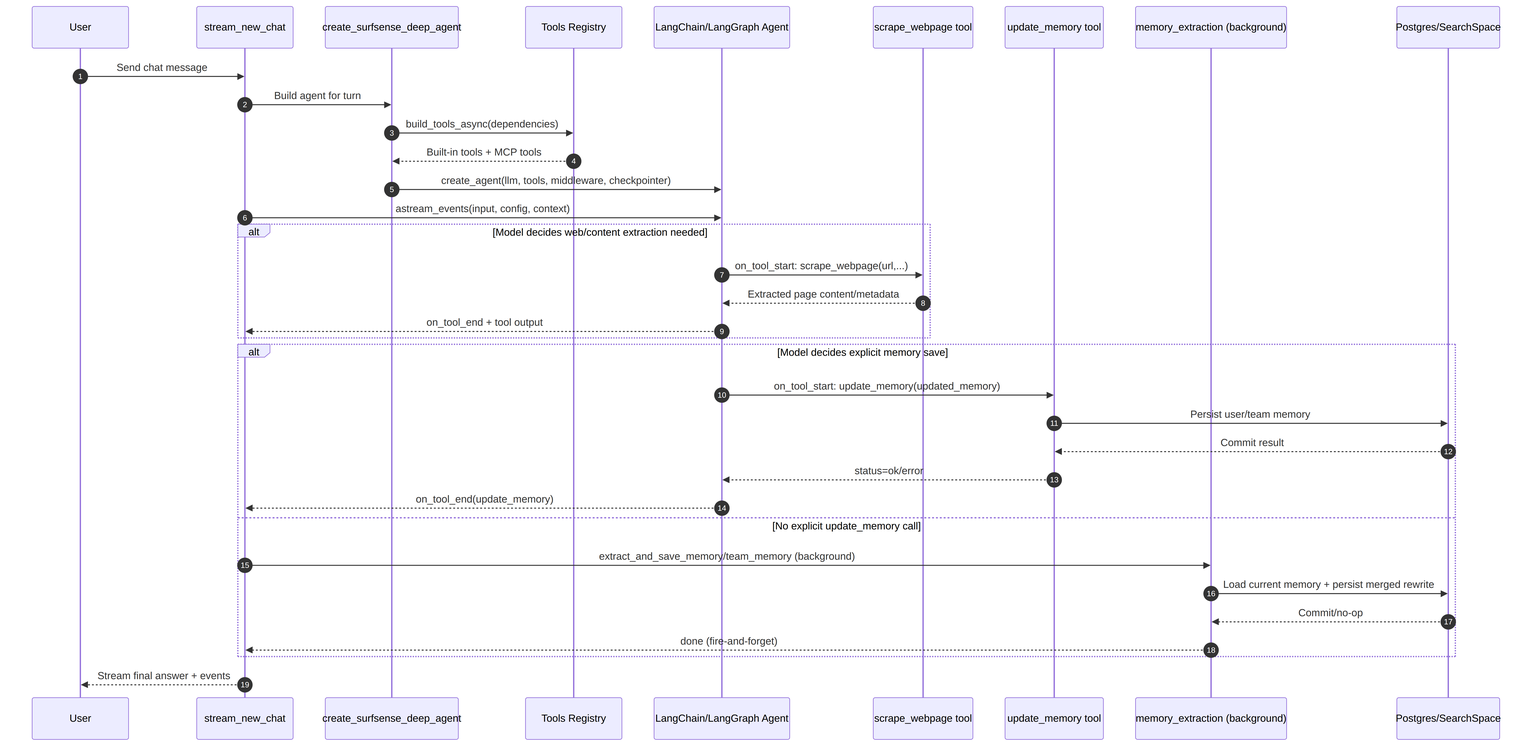
Before: diagrams/extraction_orchestration.png, a diagram exported from Mermaid (cyberyu/DocumentAI). Its source is kept beside it as diagrams/extraction_orchestration.mmd.
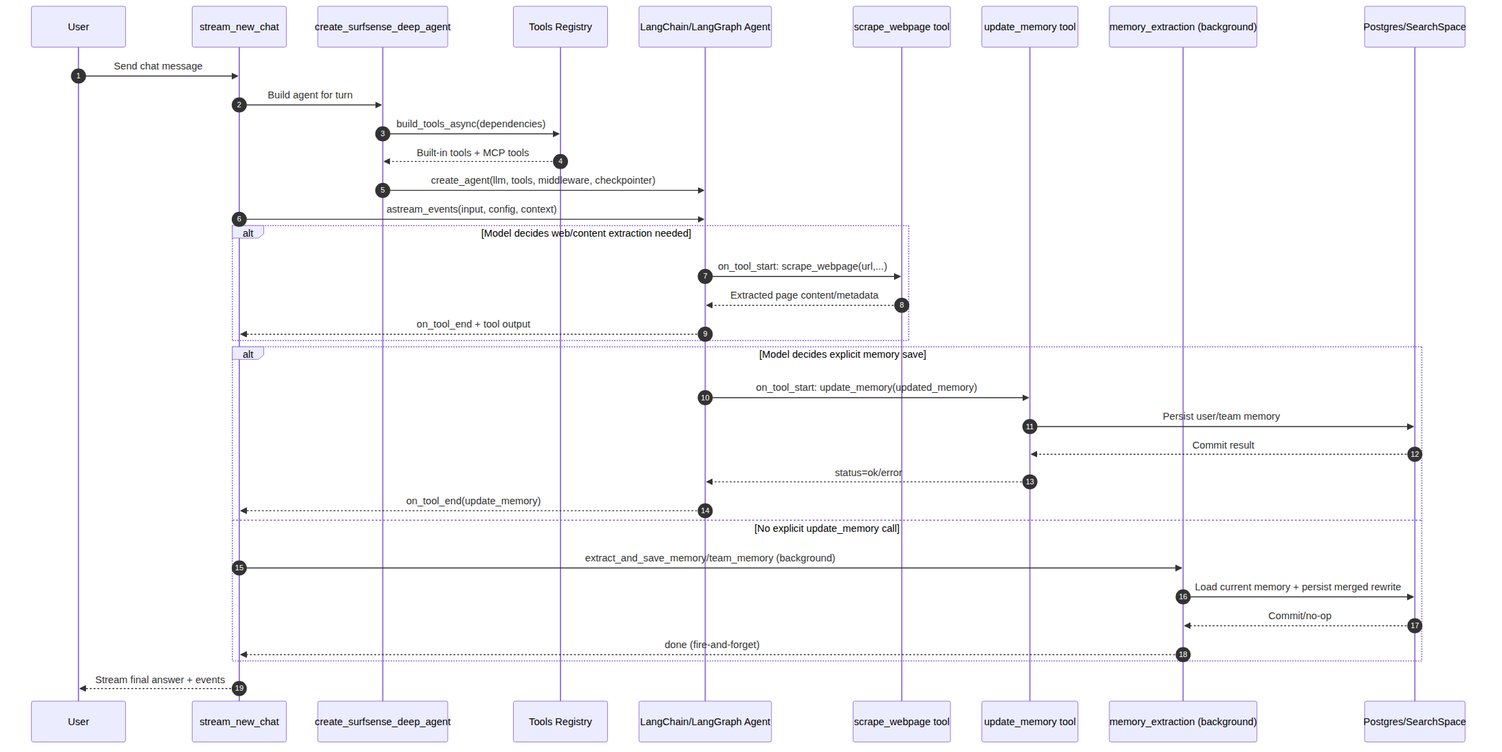
Above is the later version.

Commit message:
agent diagram

Diff of the diagram source:
```diff
@@ -1,4 +1,4 @@
-%%{init: {"themeVariables": {"fontSize": "30px", "sequenceActorFontSize": "32px", "sequenceMessageFontSize": "28px", "sequenceNumberFontSize": "24px"}}}%%
+%%{init: {"themeVariables": {"fontSize": "38px", "sequenceActorFontSize": "40px", "sequenceMessageFontSize": "34px", "sequenceNumberFontSize": "30px"}}}%%
 sequenceDiagram
     autonumber
     participant U as User
```
